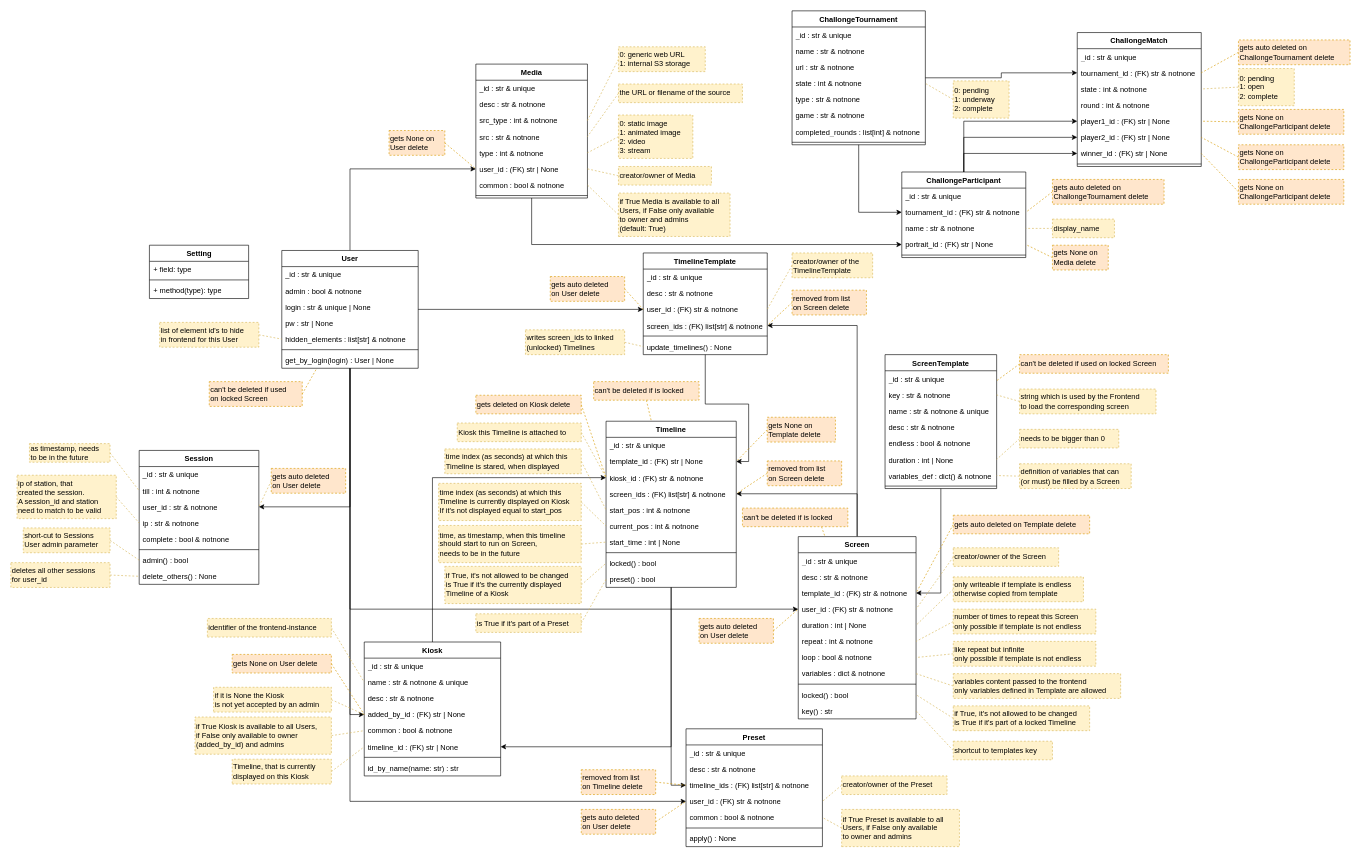
nlptournament/nlpt-kiosk keeps this draw.io diagram as docs/elements.drawio. Above is the earlier version. Source tidied: cells renumbered, new cells numbered last; positions are measured from the earlier drawing's top-left corner, leaving out a move shared by most shapes. Both pictures are drawn from the tidied source at 62%, with x=0, y=0 at pixel (11, 11).
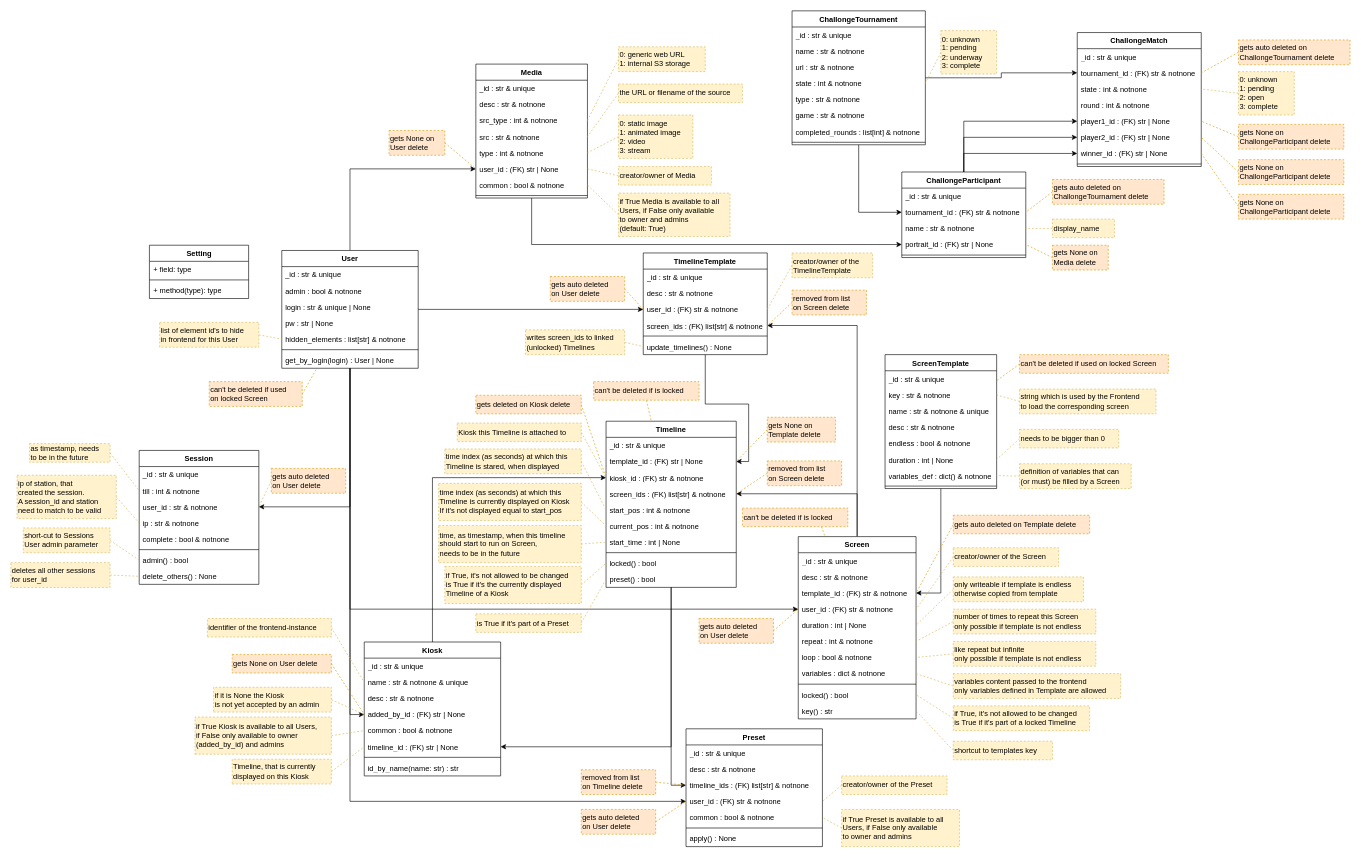
Above is the later version.

Commit message (it also covers changes not shown here):
backend: added Elements representing cached challonge API objects

Change to the diagram source:
```diff
@@
-    <mxCell id="238" value="gets auto deleted on&lt;div&gt;ChallongeTournament delete&lt;/div&gt;" style="rounded=0;whiteSpace=wrap;html=1;fillColor=#ffe6cc;strokeColor=#d79b00;dashed=1;align=left;verticalAlign=middle;horizontal=1;labelPosition=center;verticalLabelPosition=middle;flipV=1;" parent="1" vertex="1">
+    <mxCell id="238" value="gets auto deleted on&lt;div&gt;ChallongeTournament delete&lt;/div&gt;" style="rounded=0;whiteSpace=wrap;html=1;fillColor=#ffe6cc;strokeColor=#d79b00;dashed=1;align=left;verticalAlign=middle;horizontal=1;labelPosition=center;verticalLabelPosition=middle;flipV=0;" parent="1" vertex="1">
       <mxGeometry x="1980" y="46.9" width="180" height="40" as="geometry" />
     </mxCell>
@@
-    <mxCell id="240" value="gets None on&lt;br&gt;ChallongeParticipant delete" style="rounded=0;whiteSpace=wrap;html=1;fillColor=#ffe6cc;strokeColor=#d79b00;dashed=1;align=left;verticalAlign=middle;horizontal=1;labelPosition=center;verticalLabelPosition=middle;flipV=1;" parent="1" vertex="1">
-      <mxGeometry x="1980" y="271.9" width="170" height="40" as="geometry" />
+    <mxCell id="240" value="gets None on&lt;br&gt;ChallongeParticipant delete" style="rounded=0;whiteSpace=wrap;html=1;fillColor=#ffe6cc;strokeColor=#d79b00;dashed=1;align=left;verticalAlign=middle;horizontal=1;labelPosition=center;verticalLabelPosition=middle;flipV=0;" parent="1" vertex="1">
+      <mxGeometry x="1980" y="295.9" width="170" height="40" as="geometry" />
     </mxCell>
@@
-    <mxCell id="243" value="gets None on&lt;br&gt;ChallongeParticipant delete" style="rounded=0;whiteSpace=wrap;html=1;fillColor=#ffe6cc;strokeColor=#d79b00;dashed=1;align=left;verticalAlign=middle;horizontal=1;labelPosition=center;verticalLabelPosition=middle;flipV=1;" parent="1" vertex="1">
-      <mxGeometry x="1980" y="216" width="170" height="40" as="geometry" />
+    <mxCell id="243" value="gets None on&lt;br&gt;ChallongeParticipant delete" style="rounded=0;whiteSpace=wrap;html=1;fillColor=#ffe6cc;strokeColor=#d79b00;dashed=1;align=left;verticalAlign=middle;horizontal=1;labelPosition=center;verticalLabelPosition=middle;flipV=0;" parent="1" vertex="1">
+      <mxGeometry x="1980" y="240" width="170" height="40" as="geometry" />
     </mxCell>
-    <mxCell id="244" value="gets None on&lt;br&gt;ChallongeParticipant delete" style="rounded=0;whiteSpace=wrap;html=1;fillColor=#ffe6cc;strokeColor=#d79b00;dashed=1;align=left;verticalAlign=middle;horizontal=1;labelPosition=center;verticalLabelPosition=middle;flipV=1;" parent="1" vertex="1">
-      <mxGeometry x="1980" y="159" width="170" height="40" as="geometry" />
+    <mxCell id="244" value="gets None on&lt;br&gt;ChallongeParticipant delete" style="rounded=0;whiteSpace=wrap;html=1;fillColor=#ffe6cc;strokeColor=#d79b00;dashed=1;align=left;verticalAlign=middle;horizontal=1;labelPosition=center;verticalLabelPosition=middle;flipV=0;" parent="1" vertex="1">
+      <mxGeometry x="1980" y="183" width="170" height="40" as="geometry" />
     </mxCell>
@@
-    <mxCell id="246" value="&lt;div&gt;0: pending&lt;br&gt;1: open&lt;br&gt;2: complete&lt;/div&gt;" style="rounded=0;whiteSpace=wrap;html=1;fillColor=#fff2cc;strokeColor=#d6b656;dashed=1;align=left;verticalAlign=middle;horizontal=1;labelPosition=center;verticalLabelPosition=middle;" parent="1" vertex="1">
-      <mxGeometry x="1980" y="93" width="90" height="60" as="geometry" />
+    <mxCell id="246" value="&lt;div&gt;0: unknown&lt;/div&gt;&lt;div&gt;1: pending&lt;br&gt;2: open&lt;br&gt;3: complete&lt;/div&gt;" style="rounded=0;whiteSpace=wrap;html=1;fillColor=#fff2cc;strokeColor=#d6b656;dashed=1;align=left;verticalAlign=middle;horizontal=1;labelPosition=center;verticalLabelPosition=middle;flipV=0;" parent="1" vertex="1">
+      <mxGeometry x="1980" y="98" width="90" height="70" as="geometry" />
     </mxCell>
@@
-    <mxCell id="248" value="&lt;div&gt;0: pending&lt;br&gt;1: underway&lt;br&gt;2: complete&lt;/div&gt;" style="rounded=0;whiteSpace=wrap;html=1;fillColor=#fff2cc;strokeColor=#d6b656;dashed=1;align=left;verticalAlign=middle;horizontal=1;labelPosition=center;verticalLabelPosition=middle;" parent="1" vertex="1">
-      <mxGeometry x="1520" y="113" width="90" height="60" as="geometry" />
+    <mxCell id="248" value="&lt;div&gt;0: unknown&lt;/div&gt;&lt;div&gt;1: pending&lt;/div&gt;&lt;div&gt;2: underway&lt;br&gt;3: complete&lt;/div&gt;" style="rounded=0;whiteSpace=wrap;html=1;fillColor=#fff2cc;strokeColor=#d6b656;dashed=1;align=left;verticalAlign=middle;horizontal=1;labelPosition=center;verticalLabelPosition=middle;" parent="1" vertex="1">
+      <mxGeometry x="1500" y="31.9" width="90" height="70" as="geometry" />
     </mxCell>
```
